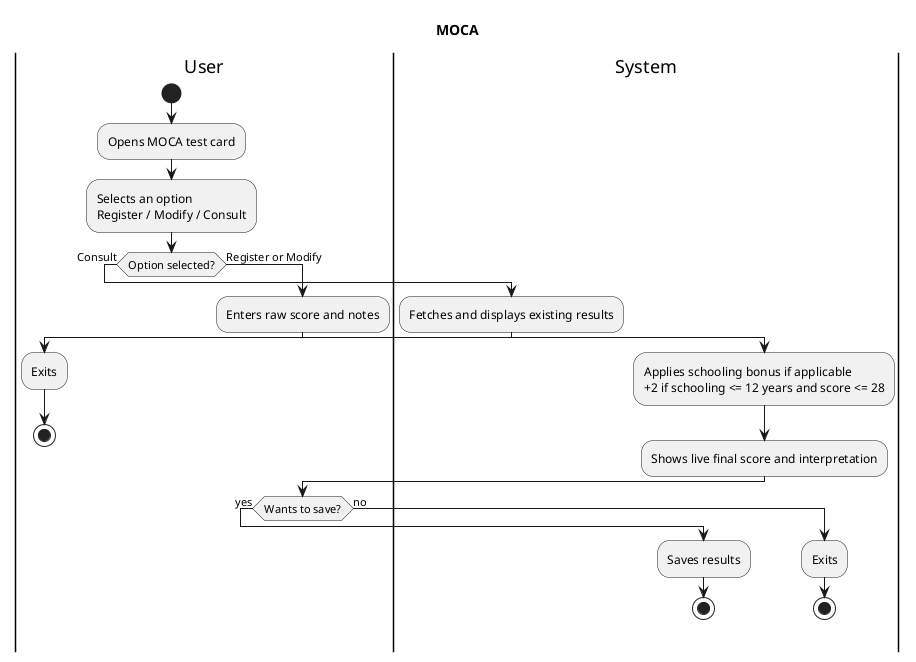
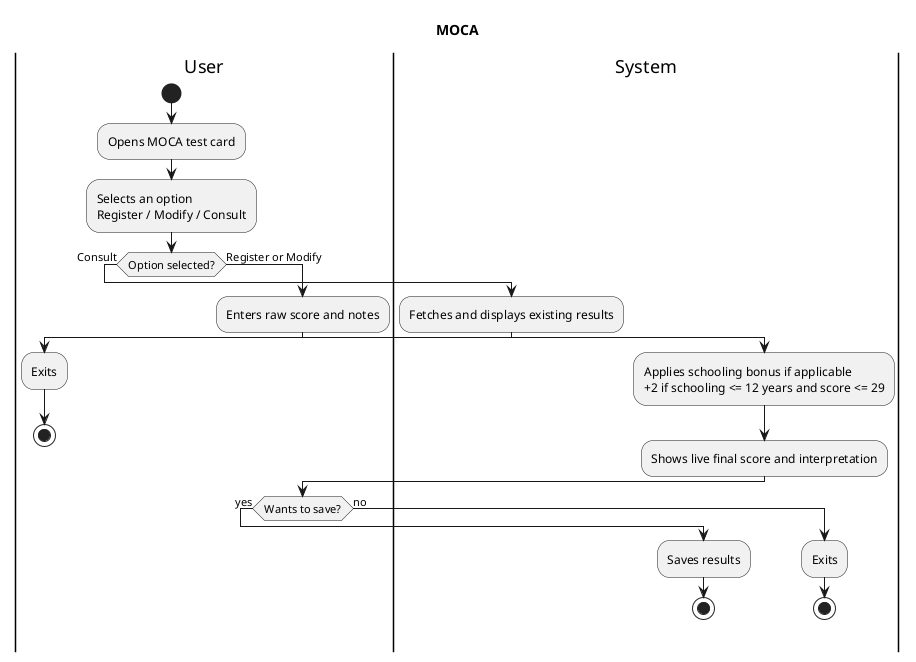
@startuml diagrama de actividades MOCA

title MOCA

|User|
start
:Opens MOCA test card;
:Selects an option\nRegister / Modify / Consult;

if (Option selected?) then (Consult)
  |System|
  :Fetches and displays existing results;
  |User|
  :Exits;
  stop
else (Register or Modify)
  :Enters raw score and notes;
  |System|
-   :Applies schooling bonus if applicable\n+2 if schooling <= 12 years and score <= 28;
+   :Applies schooling bonus if applicable\n+2 if schooling <= 12 years and score <= 29;
  :Shows live final score and interpretation;
  |User|
  if (Wants to save?) then (yes)
    |System|
    :Saves results;
    stop
  else (no)
    :Exits;
    stop
  endif
endif

@enduml